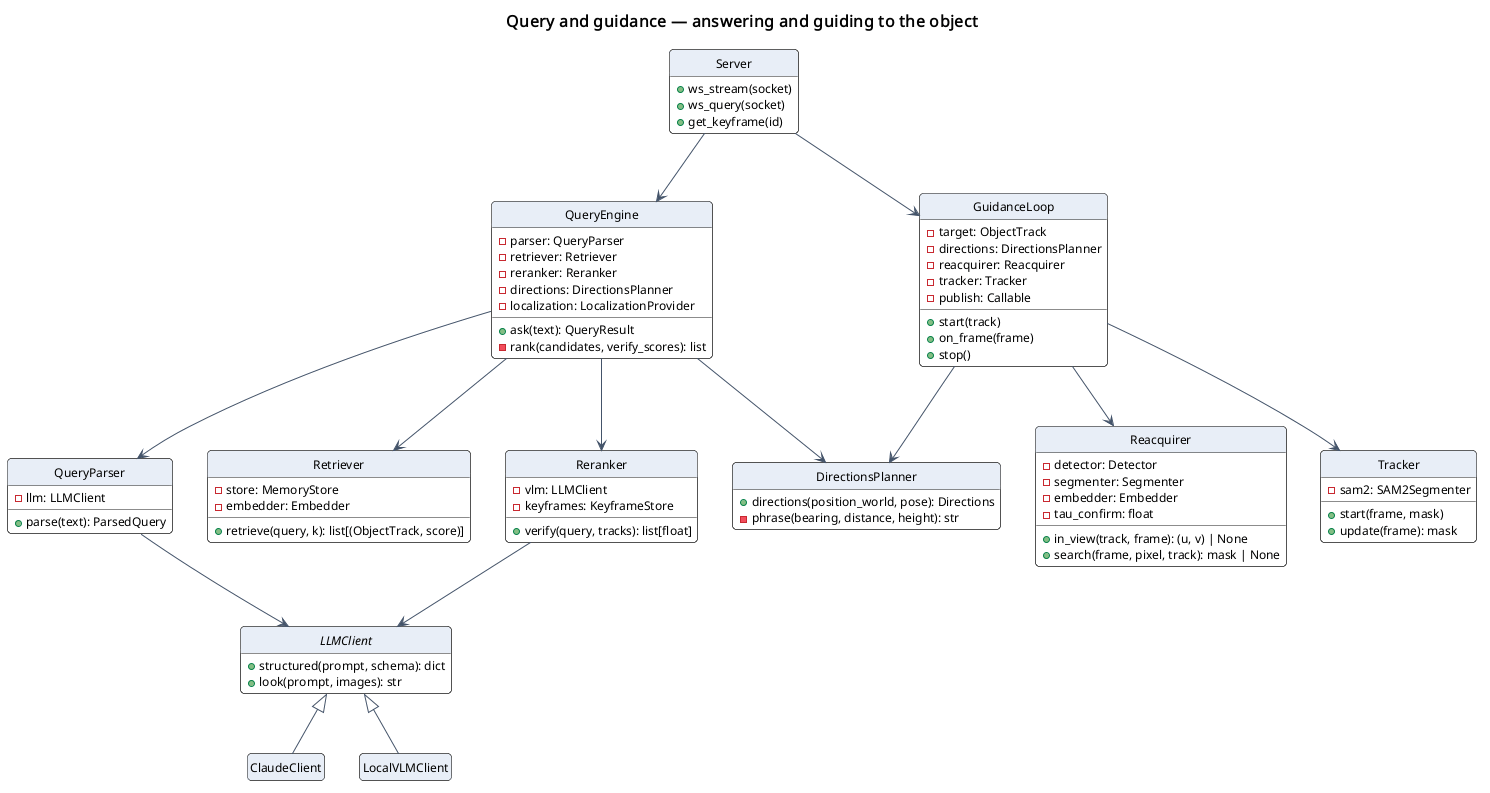
Above: software_engineering/4_class_diagrams/query_and_guidance.png in omarTBakr/Basir (PlantUML), before the change. Source of this version:
```plantuml
@startuml
!include ../_style.iuml
title Query and guidance — answering and guiding to the object

class QueryEngine {
  -parser: QueryParser
  -retriever: Retriever
  -reranker: Reranker
  -directions: DirectionsPlanner
  -localization: LocalizationProvider
  +ask(text): QueryResult
  -rank(candidates, verify_scores): list
}

class QueryParser {
  -llm: LLMClient
  +parse(text): ParsedQuery
}

class Retriever {
  -store: MemoryStore
  -embedder: Embedder
  +retrieve(query, k): list[(ObjectTrack, score)]
}

class Reranker {
  -vlm: LLMClient
  -keyframes: KeyframeStore
  +verify(query, tracks): list[float]
}

class DirectionsPlanner {
  +directions(position_world, pose): Directions
  -phrase(bearing, distance, height): str
}

abstract class LLMClient {
  +structured(prompt, schema): dict
  +look(prompt, images): str
}
class ClaudeClient
class LocalVLMClient {
}
LLMClient <|-- ClaudeClient
LLMClient <|-- LocalVLMClient

class GuidanceLoop {
  -target: ObjectTrack
  -directions: DirectionsPlanner
  -reacquirer: Reacquirer
  -tracker: Tracker
  -publish: Callable
  +start(track)
  +on_frame(frame)
  +stop()
}

class Reacquirer {
  -detector: Detector
  -segmenter: Segmenter
  -embedder: Embedder
  -tau_confirm: float
  +in_view(track, frame): (u, v) | None
  +search(frame, pixel, track): mask | None
}

class Tracker {
  -sam2: SAM2Segmenter
  +start(frame, mask)
  +update(frame): mask
}

class Server {
  +ws_stream(socket)
  +ws_query(socket)
  +get_keyframe(id)
}

QueryEngine --> QueryParser
QueryEngine --> Retriever
QueryEngine --> Reranker
QueryEngine --> DirectionsPlanner
QueryParser --> LLMClient
Reranker --> LLMClient
GuidanceLoop --> DirectionsPlanner
GuidanceLoop --> Reacquirer
GuidanceLoop --> Tracker
Server --> QueryEngine
Server --> GuidanceLoop
@enduml
```
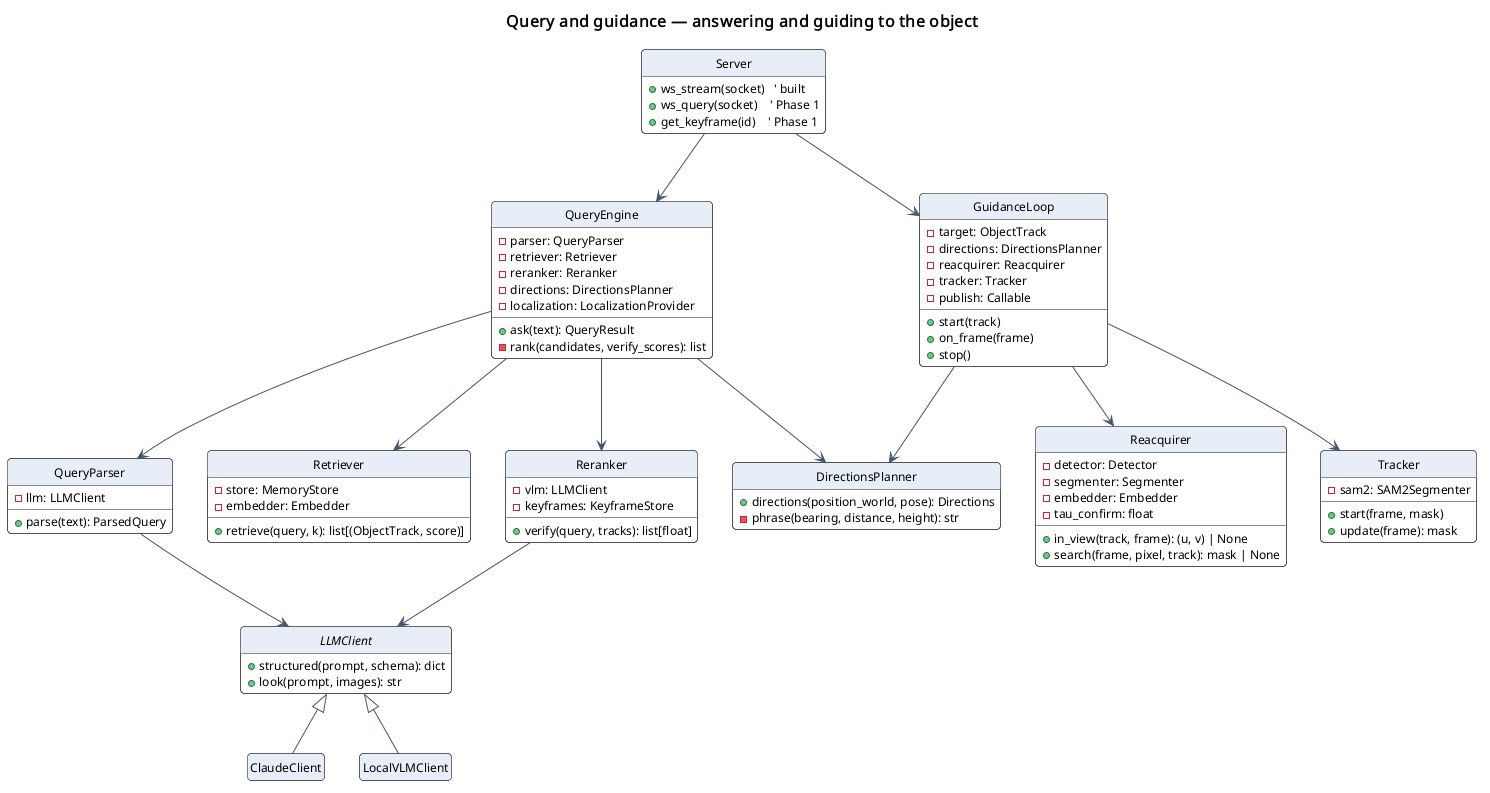
Later version of the same file.

The edit, as a diff of the source:
```diff
@@ -71,9 +71,9 @@
 }
 
 class Server {
-  +ws_stream(socket)
-  +ws_query(socket)
-  +get_keyframe(id)
+  +ws_stream(socket)   ' built
+  +ws_query(socket)    ' Phase 1
+  +get_keyframe(id)    ' Phase 1
 }
 
 QueryEngine --> QueryParser
```
